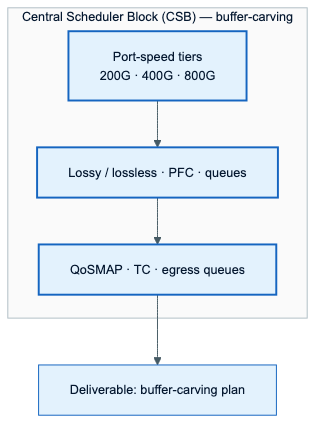
Above: assets/diagrams/b6/b6-slide04-csb-inset.png in upscale-ai-network/agent-template (Mermaid), before the change. Its source is kept beside it as assets/diagrams/b6/b6-slide04-csb-inset.mmd.
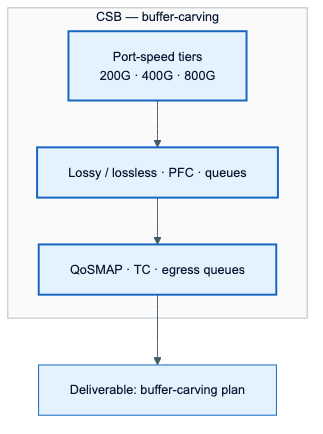
The same diagram one commit later.

The edit, as a diff of the source:
```diff
@@ -1,6 +1,6 @@
 %%{init: {'theme': 'base', 'themeVariables': { 'fontSize': '13px'}}}%%
 flowchart TB
-  subgraph CSB["Central Scheduler Block (CSB) — buffer-carving"]
+  subgraph CSB["CSB — buffer-carving"]
     B1["Port-speed tiers<br/>200G · 400G · 800G"]
     B2["Lossy / lossless · PFC · queues"]
     B3["QoSMAP · TC · egress queues"]
```
